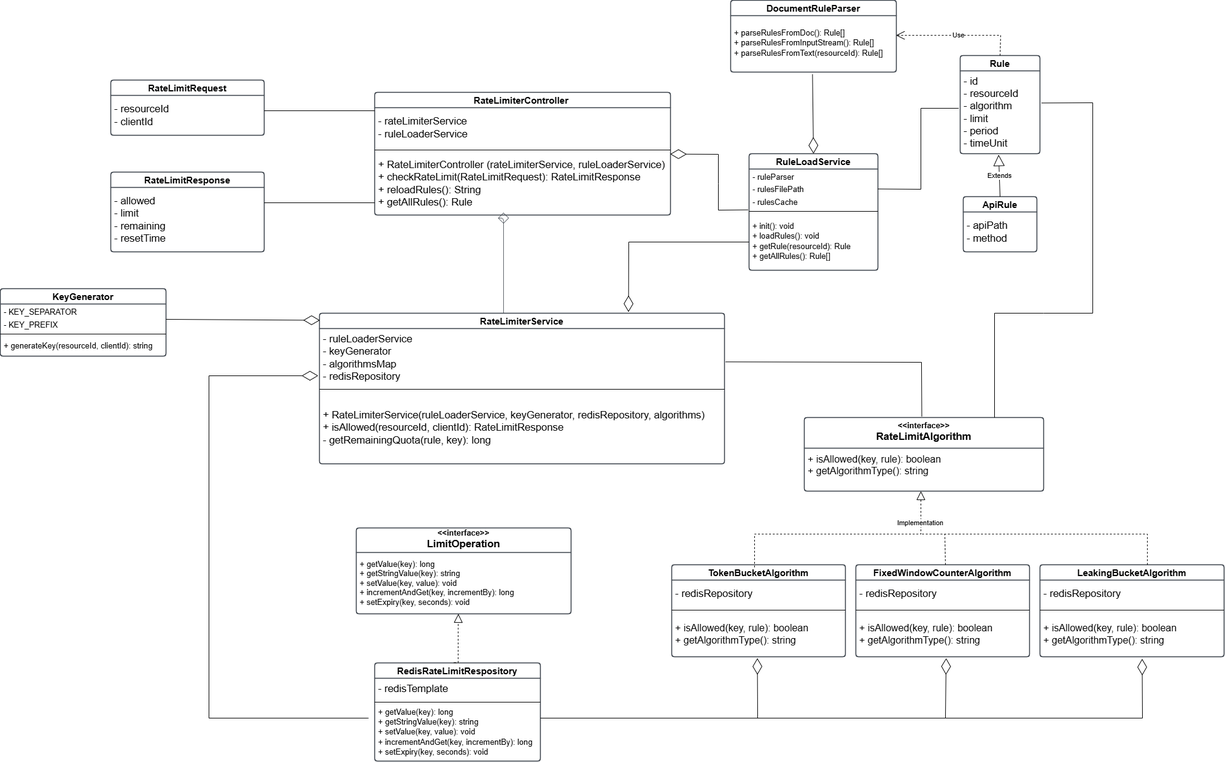
The draw.io diagram assets/uml_diagram.png in rahul07bagul/Design-Rate-Limiter, before a commit. Source tidied: cells renumbered, new cells last; positions are measured from the earlier drawing's top-left corner, leaving out a move shared by most shapes.
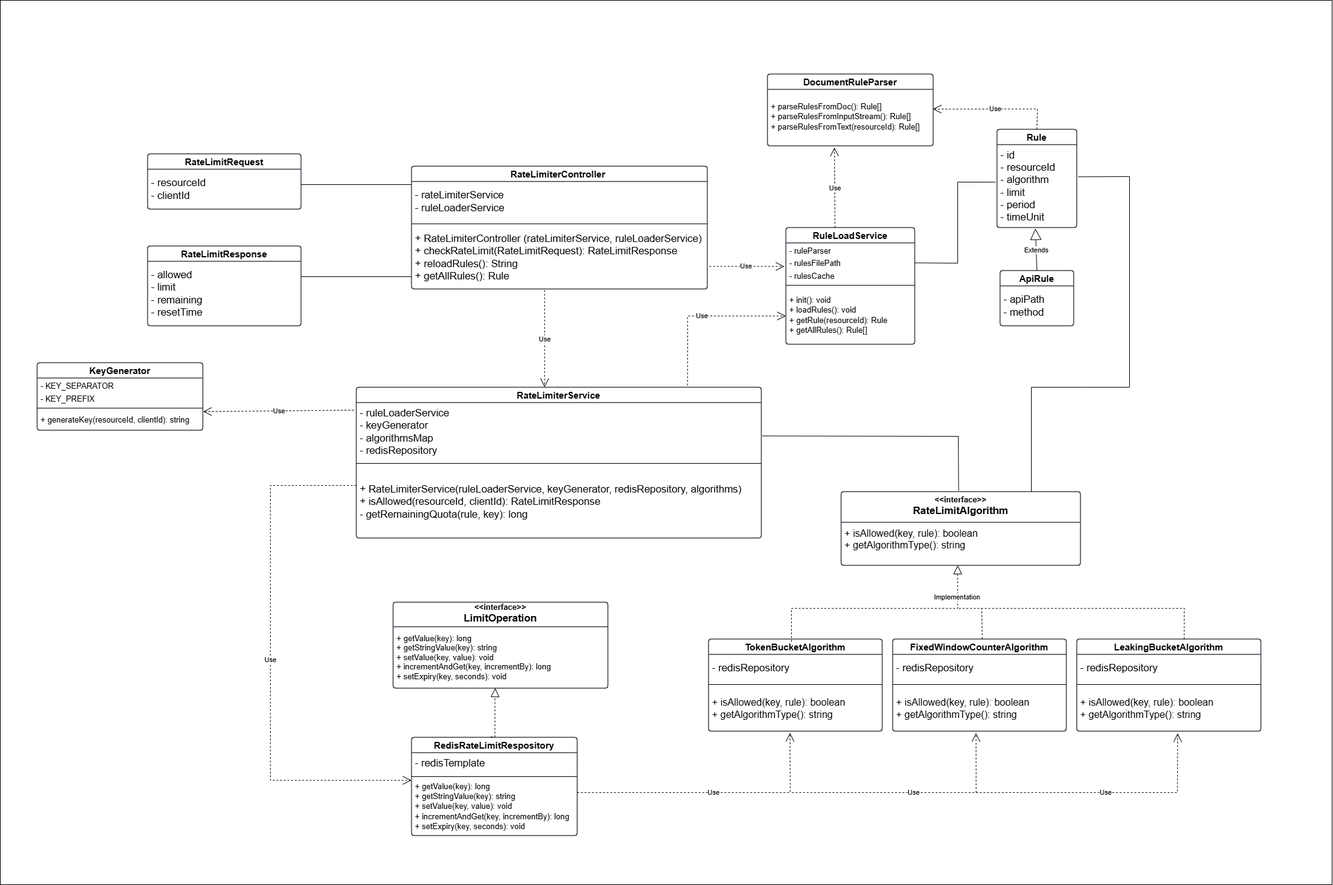
After the change.

The edit, as a diff of the source:
```diff
@@ -2,6 +2,9 @@
   <root>
     <mxCell id="0" />
     <mxCell id="1" parent="0" />
+    <mxCell id="69" style="rounded=0;whiteSpace=wrap;html=1;" parent="1" vertex="1">
+      <mxGeometry x="-60" y="-120" width="2170" height="1440" as="geometry" />
+    </mxCell>
     <mxCell id="2" value="&lt;div style=&quot;display: flex; justify-content: center; text-align: center; align-items: baseline; font-size: 0; line-height: 1.25;margin-top: -2px;&quot;&gt;&lt;span&gt;&lt;span style=&quot;font-size:13px;font-weight: bold;&quot;&gt;&lt;span style=&quot;font-size:13px;font-weight: bold;&quot;&gt;&amp;lt;&amp;lt;interface&amp;gt;&amp;gt;&lt;br&gt;&lt;/span&gt;&lt;span style=&quot;font-size:16.7px;font-weight: bold;&quot;&gt;LimitOperation&lt;/span&gt;&lt;/span&gt;&lt;/span&gt;&lt;/div&gt;" style="swimlane;horizontal=1;fontStyle=0;swimlaneFillColor=#ffffff;startSize=40;whiteSpace=wrap;overflow=block;blockSpacing=1;html=1;fontSize=13;align=left;spacing=0;strokeColor=#3a414a;strokeOpacity=100;fillOpacity=100;rounded=1;absoluteArcSize=1;arcSize=9;fillColor=#ffffff;strokeWidth=1.5;" parent="1" vertex="1">
       <mxGeometry x="580" y="860" width="350" height="140" as="geometry" />
     </mxCell>
@@ -130,14 +133,6 @@
     <mxCell id="34" value="+ RateLimiterController&amp;nbsp;(rateLimiterService, ruleLoaderService)&lt;br&gt;+ checkRateLimit(RateLimitRequest): RateLimitResponse&lt;br&gt;+ reloadRules(): String&amp;nbsp;&lt;div&gt;+&amp;nbsp;getAllRules(): Rule&lt;/div&gt;" style="html=1;strokeColor=none;fillColor=none;align=left;verticalAlign=middle;spacingLeft=4;spacingRight=4;overflow=hidden;points=[[0,0.5],[1,0.5]];portConstraint=eastwest;swimlaneFillColor=#ffffff;strokeOpacity=100;fillOpacity=100;whiteSpace=wrap;fontSize=16.7;" parent="31" vertex="1">
       <mxGeometry y="98" width="482" height="102" as="geometry" />
     </mxCell>
-    <mxCell id="35" style="html=1;jettySize=18;whiteSpace=wrap;fontSize=13;strokeColor=#3a414a;strokeOpacity=100;strokeWidth=0.8;rounded=1;arcSize=12;edgeStyle=orthogonalEdgeStyle;startArrow=none;endArrow=diamond;endFill=0;endSize=16;lucidId=QEkYrh5_GlP-;entryX=0.454;entryY=1.048;entryDx=0;entryDy=0;entryPerimeter=0;" parent="1" edge="1" target="34">
-      <mxGeometry relative="1" as="geometry">
-        <mxPoint x="820" y="510" as="sourcePoint" />
-        <Array as="points">
-          <mxPoint x="820" y="355" />
-        </Array>
-      </mxGeometry>
-    </mxCell>
     <mxCell id="36" value="RateLimitRequest" style="html=1;overflow=block;blockSpacing=1;swimlane;horizontal=1;swimlaneFillColor=#ffffff;startSize=25;whiteSpace=wrap;fontSize=15;fontStyle=1;align=center;spacing=0;strokeColor=#3a414a;strokeOpacity=100;fillOpacity=100;rounded=1;absoluteArcSize=1;arcSize=9;fillColor=#ffffff;strokeWidth=1.5;" parent="1" vertex="1">
       <mxGeometry x="180" y="130" width="250" height="90" as="geometry" />
     </mxCell>
@@ -150,39 +145,6 @@
     <mxCell id="39" value="- allowed&lt;br&gt;- limit&lt;div&gt;- remaining&lt;/div&gt;&lt;div&gt;- resetTime&lt;/div&gt;" style="html=1;strokeColor=none;fillColor=none;align=left;verticalAlign=middle;spacingLeft=4;spacingRight=4;overflow=hidden;swimlaneFillColor=#ffffff;strokeOpacity=100;fillOpacity=100;whiteSpace=wrap;fontSize=16.7;" parent="38" vertex="1">
       <mxGeometry y="25" width="250" height="105" as="geometry" />
     </mxCell>
-    <mxCell id="40" style="endArrow=diamondThin;endFill=0;endSize=24;html=1;rounded=0;entryX=0.493;entryY=1.032;entryDx=0;entryDy=0;entryPerimeter=0;" parent="1" edge="1" target="17">
-      <mxGeometry relative="1" as="geometry">
-        <mxPoint x="880" y="1170" as="sourcePoint" />
-        <Array as="points">
-          <mxPoint x="1234" y="1170" />
-        </Array>
-      </mxGeometry>
-    </mxCell>
-    <mxCell id="41" style="endArrow=diamondThin;endFill=0;endSize=24;html=1;rounded=0;entryX=0.52;entryY=1.032;entryDx=0;entryDy=0;entryPerimeter=0;" parent="1" edge="1" target="13">
-      <mxGeometry relative="1" as="geometry">
-        <mxPoint x="1230" y="1170" as="sourcePoint" />
-        <Array as="points">
-          <mxPoint x="1540" y="1170" />
-        </Array>
-      </mxGeometry>
-    </mxCell>
-    <mxCell id="42" style="endArrow=diamondThin;endFill=0;endSize=24;html=1;rounded=0;entryX=0.555;entryY=1.047;entryDx=0;entryDy=0;entryPerimeter=0;" parent="1" edge="1" target="21">
-      <mxGeometry relative="1" as="geometry">
-        <mxPoint x="1540" y="1170" as="sourcePoint" />
-        <Array as="points">
-          <mxPoint x="1861" y="1170" />
-        </Array>
-      </mxGeometry>
-    </mxCell>
-    <mxCell id="43" style="endArrow=diamondThin;endFill=0;endSize=24;html=1;rounded=0;entryX=-0.003;entryY=0.81;entryDx=0;entryDy=0;entryPerimeter=0;" parent="1" edge="1" target="23">
-      <mxGeometry relative="1" as="geometry">
-        <mxPoint x="600" y="1170" as="sourcePoint" />
-        <Array as="points">
-          <mxPoint x="340" y="1170" />
-          <mxPoint x="340" y="612" />
-        </Array>
-      </mxGeometry>
-    </mxCell>
     <mxCell id="44" value="KeyGenerator" style="html=1;overflow=block;blockSpacing=1;swimlane;horizontal=1;swimlaneFillColor=#ffffff;startSize=25;whiteSpace=wrap;fontSize=15;fontStyle=1;align=center;spacing=0;strokeColor=#3a414a;strokeOpacity=100;fillOpacity=100;rounded=1;absoluteArcSize=1;arcSize=9;fillColor=#ffffff;strokeWidth=1.5;" parent="1" vertex="1">
       <mxGeometry y="470" width="270" height="110" as="geometry" />
     </mxCell>
@@ -195,11 +157,6 @@
     <mxCell id="47" value="&lt;div style=&quot;display: flex; justify-content: center; text-align: center; align-items: baseline; line-height: 1.25; margin-top: -2px;&quot;&gt;&lt;span style=&quot;text-align: left;&quot;&gt;&lt;span style=&quot;font-size: 13px;&quot;&gt;+ generateKey(resourceId, clientId): string&lt;/span&gt;&lt;/span&gt;&lt;/div&gt;" style="html=1;strokeColor=none;fillColor=none;align=left;verticalAlign=middle;spacingLeft=4;spacingRight=4;overflow=hidden;points=[[0,0.5],[1,0.5]];portConstraint=eastwest;swimlaneFillColor=#ffffff;strokeOpacity=100;fillOpacity=100;whiteSpace=wrap;fontSize=16.7;" parent="44" vertex="1">
       <mxGeometry y="78" width="270" height="32" as="geometry" />
     </mxCell>
-    <mxCell id="48" style="endArrow=diamondThin;endFill=0;endSize=24;html=1;rounded=0;entryX=0.001;entryY=0.047;entryDx=0;entryDy=0;entryPerimeter=0;" parent="1" edge="1" target="22">
-      <mxGeometry relative="1" as="geometry">
-        <mxPoint x="270" y="520" as="sourcePoint" />
-      </mxGeometry>
-    </mxCell>
     <mxCell id="49" value="RuleLoadService" style="html=1;overflow=block;blockSpacing=1;swimlane;horizontal=1;swimlaneFillColor=#ffffff;startSize=25;whiteSpace=wrap;fontSize=15;fontStyle=1;align=center;spacing=0;strokeColor=#3a414a;strokeOpacity=100;fillOpacity=100;rounded=1;absoluteArcSize=1;arcSize=9;fillColor=#ffffff;strokeWidth=1.5;" parent="1" vertex="1">
       <mxGeometry x="1220" y="250" width="210" height="190" as="geometry" />
     </mxCell>
@@ -233,18 +190,6 @@
     <mxCell id="59" value="Extends" style="endArrow=block;endSize=16;endFill=0;html=1;rounded=0;entryX=0.482;entryY=1.012;entryDx=0;entryDy=0;entryPerimeter=0;exitX=0.5;exitY=0;exitDx=0;exitDy=0;" parent="1" edge="1" source="57" target="56">
       <mxGeometry relative="1" as="geometry" />
     </mxCell>
-    <mxCell id="60" style="endArrow=diamondThin;endFill=0;endSize=24;html=1;rounded=0;entryX=0.5;entryY=0;entryDx=0;entryDy=0;exitX=0.494;exitY=1.038;exitDx=0;exitDy=0;exitPerimeter=0;" parent="1" edge="1" source="54" target="49">
-      <mxGeometry relative="1" as="geometry" />
-    </mxCell>
-    <mxCell id="61" style="endArrow=diamondThin;endFill=0;endSize=24;html=1;rounded=0;entryX=0.999;entryY=0.026;entryDx=0;entryDy=0;entryPerimeter=0;exitX=-0.009;exitY=1.024;exitDx=0;exitDy=0;exitPerimeter=0;" parent="1" edge="1" source="50" target="34">
-      <mxGeometry relative="1" as="geometry">
-        <Array as="points">
-          <mxPoint x="1170" y="342" />
-          <mxPoint x="1170" y="299" />
-          <mxPoint x="1170" y="251" />
-        </Array>
-      </mxGeometry>
-    </mxCell>
     <mxCell id="62" style="endArrow=none;html=1;rounded=0;exitX=1;exitY=0.5;exitDx=0;exitDy=0;entryX=-0.019;entryY=0.452;entryDx=0;entryDy=0;entryPerimeter=0;" parent="1" edge="1" source="50" target="56">
       <mxGeometry relative="1" as="geometry">
         <Array as="points">
@@ -274,13 +219,6 @@
         <mxPoint x="430" y="330" as="sourcePoint" />
       </mxGeometry>
     </mxCell>
-    <mxCell id="66" style="endArrow=diamondThin;endFill=0;endSize=24;html=1;rounded=0;entryX=0.763;entryY=-0.008;entryDx=0;entryDy=0;entryPerimeter=0;exitX=0;exitY=0.5;exitDx=0;exitDy=0;" parent="1" edge="1" source="52" target="22">
-      <mxGeometry relative="1" as="geometry">
-        <Array as="points">
-          <mxPoint x="1024" y="394" />
-        </Array>
-      </mxGeometry>
-    </mxCell>
     <mxCell id="67" value="Use" style="endArrow=open;endSize=12;dashed=1;html=1;rounded=0;entryX=0.998;entryY=0.349;entryDx=0;entryDy=0;entryPerimeter=0;exitX=0.5;exitY=0;exitDx=0;exitDy=0;" parent="1" edge="1" source="55" target="54">
       <mxGeometry relative="1" as="geometry">
         <Array as="points">
@@ -295,5 +233,56 @@
         </Array>
       </mxGeometry>
     </mxCell>
+    <mxCell id="70" value="Use" style="endArrow=open;endSize=12;dashed=1;html=1;rounded=0;exitX=0.45;exitY=1.019;exitDx=0;exitDy=0;exitPerimeter=0;entryX=0.465;entryY=0;entryDx=0;entryDy=0;entryPerimeter=0;" parent="1" edge="1" source="34" target="22">
+      <mxGeometry relative="1" as="geometry" />
+    </mxCell>
+    <mxCell id="71" value="Use" style="endArrow=open;endSize=12;dashed=1;html=1;rounded=0;exitX=1.007;exitY=0.64;exitDx=0;exitDy=0;exitPerimeter=0;entryX=-0.012;entryY=0.589;entryDx=0;entryDy=0;entryPerimeter=0;" parent="1" edge="1" source="34" target="50">
+      <mxGeometry relative="1" as="geometry" />
+    </mxCell>
+    <mxCell id="72" value="Use" style="endArrow=open;endSize=12;dashed=1;html=1;rounded=0;exitX=0.818;exitY=-0.012;exitDx=0;exitDy=0;exitPerimeter=0;entryX=0;entryY=0.5;entryDx=0;entryDy=0;" parent="1" edge="1" source="22" target="52">
+      <mxGeometry relative="1" as="geometry">
+        <Array as="points">
+          <mxPoint x="1060" y="394" />
+        </Array>
+      </mxGeometry>
+    </mxCell>
+    <mxCell id="73" value="Use" style="endArrow=open;endSize=12;dashed=1;html=1;rounded=0;exitX=0.381;exitY=0;exitDx=0;exitDy=0;exitPerimeter=0;entryX=0.404;entryY=1.029;entryDx=0;entryDy=0;entryPerimeter=0;" parent="1" edge="1" source="49" target="54">
+      <mxGeometry relative="1" as="geometry" />
+    </mxCell>
+    <mxCell id="74" value="Use" style="endArrow=open;endSize=12;dashed=1;html=1;rounded=0;exitX=-0.006;exitY=0.13;exitDx=0;exitDy=0;exitPerimeter=0;entryX=1.002;entryY=0.053;entryDx=0;entryDy=0;entryPerimeter=0;" parent="1" edge="1" source="23" target="47">
+      <mxGeometry relative="1" as="geometry" />
+    </mxCell>
+    <mxCell id="75" value="Use" style="endArrow=open;endSize=12;dashed=1;html=1;rounded=0;entryX=0;entryY=0.022;entryDx=0;entryDy=0;entryPerimeter=0;exitX=0;exitY=0.272;exitDx=0;exitDy=0;exitPerimeter=0;" parent="1" edge="1" source="25" target="7">
+      <mxGeometry relative="1" as="geometry">
+        <Array as="points">
+          <mxPoint x="380" y="670" />
+          <mxPoint x="380" y="1150" />
+        </Array>
+      </mxGeometry>
+    </mxCell>
+    <mxCell id="76" value="Use" style="endArrow=open;endSize=12;dashed=1;html=1;rounded=0;entryX=0.469;entryY=1.037;entryDx=0;entryDy=0;entryPerimeter=0;" parent="1" edge="1" target="17">
+      <mxGeometry relative="1" as="geometry">
+        <mxPoint x="880" y="1170" as="sourcePoint" />
+        <Array as="points">
+          <mxPoint x="1227" y="1170" />
+        </Array>
+      </mxGeometry>
+    </mxCell>
+    <mxCell id="77" value="Use" style="endArrow=open;endSize=12;dashed=1;html=1;rounded=0;entryX=0.48;entryY=1.041;entryDx=0;entryDy=0;entryPerimeter=0;" parent="1" edge="1" target="13">
+      <mxGeometry relative="1" as="geometry">
+        <mxPoint x="1230" y="1170" as="sourcePoint" />
+        <Array as="points">
+          <mxPoint x="1530" y="1170" />
+        </Array>
+      </mxGeometry>
+    </mxCell>
+    <mxCell id="78" value="Use" style="endArrow=open;endSize=12;dashed=1;html=1;rounded=0;entryX=0.548;entryY=1.05;entryDx=0;entryDy=0;entryPerimeter=0;" parent="1" edge="1" target="21">
+      <mxGeometry relative="1" as="geometry">
+        <mxPoint x="1530" y="1170" as="sourcePoint" />
+        <Array as="points">
+          <mxPoint x="1858" y="1170" />
+        </Array>
+      </mxGeometry>
+    </mxCell>
   </root>
 </mxGraphModel>
```
